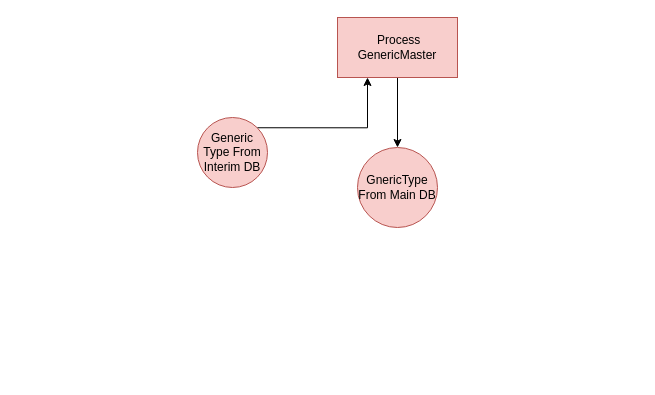
This is Untitled Diagram.drawio from Prathmesh743/.NetAngular, a draw.io file, before an edit. Source tidied: cells renumbered, new cells numbered last; positions are measured from the earlier drawing's top-left corner, leaving out a move shared by most shapes. Both pictures are drawn from the tidied source at 100%, with x=0, y=0 at pixel (197, 17).
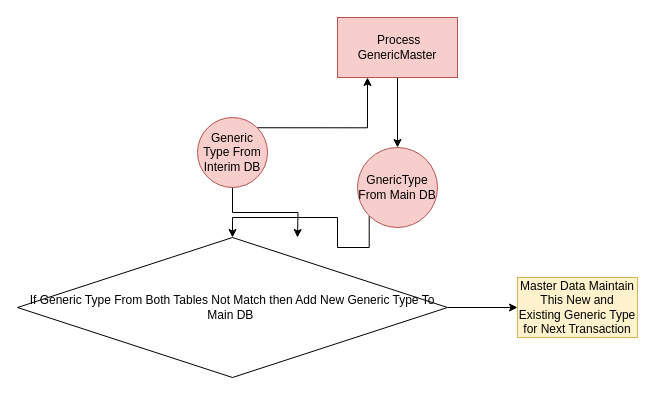
The same diagram, later.

What changed in the source:
```diff
@@
 <mxGraphModel>
   <root>
     <mxCell id="0" />
     <mxCell id="1" parent="0" />
     <mxCell id="2" style="edgeStyle=orthogonalEdgeStyle;rounded=0;jettySize=auto;html=1;" parent="1" edge="1" source="3" target="4">
       <mxGeometry relative="1" as="geometry" />
     </mxCell>
     <mxCell id="3" value="&amp;nbsp;Process GenericMaster" style="rounded=0;whiteSpace=wrap;html=1;fillColor=#f8cecc;strokeColor=#b85450;" parent="1" vertex="1">
       <mxGeometry x="140" width="120" height="60" as="geometry" />
     </mxCell>
+    <mxCell id="7" style="edgeStyle=orthogonalEdgeStyle;rounded=0;jettySize=auto;html=1;exitX=0;exitY=1;exitDx=0;exitDy=0;" parent="1" edge="1" source="4" target="10">
+      <mxGeometry relative="1" as="geometry" />
+    </mxCell>
     <mxCell id="4" value="GnericType From Main DB" style="ellipse;whiteSpace=wrap;html=1;fillColor=#f8cecc;strokeColor=#b85450;rounded=0;" parent="1" vertex="1">
       <mxGeometry x="160" y="130" width="80" height="80" as="geometry" />
     </mxCell>
     <mxCell id="5" style="edgeStyle=orthogonalEdgeStyle;rounded=0;jettySize=auto;html=1;exitX=1;exitY=0;exitDx=0;exitDy=0;entryX=0.25;entryY=1;entryDx=0;entryDy=0;" parent="1" edge="1" source="6" target="3">
       <mxGeometry relative="1" as="geometry" />
     </mxCell>
+    <mxCell id="8" style="edgeStyle=orthogonalEdgeStyle;rounded=0;jettySize=auto;html=1;exitX=0.5;exitY=1;exitDx=0;exitDy=0;" parent="1" edge="1" source="6">
+      <mxGeometry relative="1" as="geometry">
+        <mxPoint x="100" y="220" as="targetPoint" />
+      </mxGeometry>
+    </mxCell>
     <mxCell id="6" value="Generic&lt;br&gt;Type From Interim DB" style="ellipse;whiteSpace=wrap;html=1;fillColor=#f8cecc;strokeColor=#b85450;" parent="1" vertex="1">
       <mxGeometry y="100" width="70" height="70" as="geometry" />
     </mxCell>
+    <mxCell id="9" style="edgeStyle=orthogonalEdgeStyle;rounded=0;jettySize=auto;html=1;" parent="1" edge="1" source="10" target="11">
+      <mxGeometry relative="1" as="geometry" />
+    </mxCell>
+    <mxCell id="10" value="If Generic Type From Both Tables Not Match then Add New Generic Type To Main DB&amp;nbsp;" style="rhombus;whiteSpace=wrap;html=1;" parent="1" vertex="1">
+      <mxGeometry x="-180" y="220" width="430" height="140" as="geometry" />
+    </mxCell>
+    <mxCell id="11" value="Master Data Maintain This New and Existing Generic Type for Next Transaction" style="whiteSpace=wrap;html=1;fillColor=#fff2cc;strokeColor=#d6b656;" parent="1" vertex="1">
+      <mxGeometry x="320" y="260" width="120" height="60" as="geometry" />
+    </mxCell>
   </root>
 </mxGraphModel>
```
